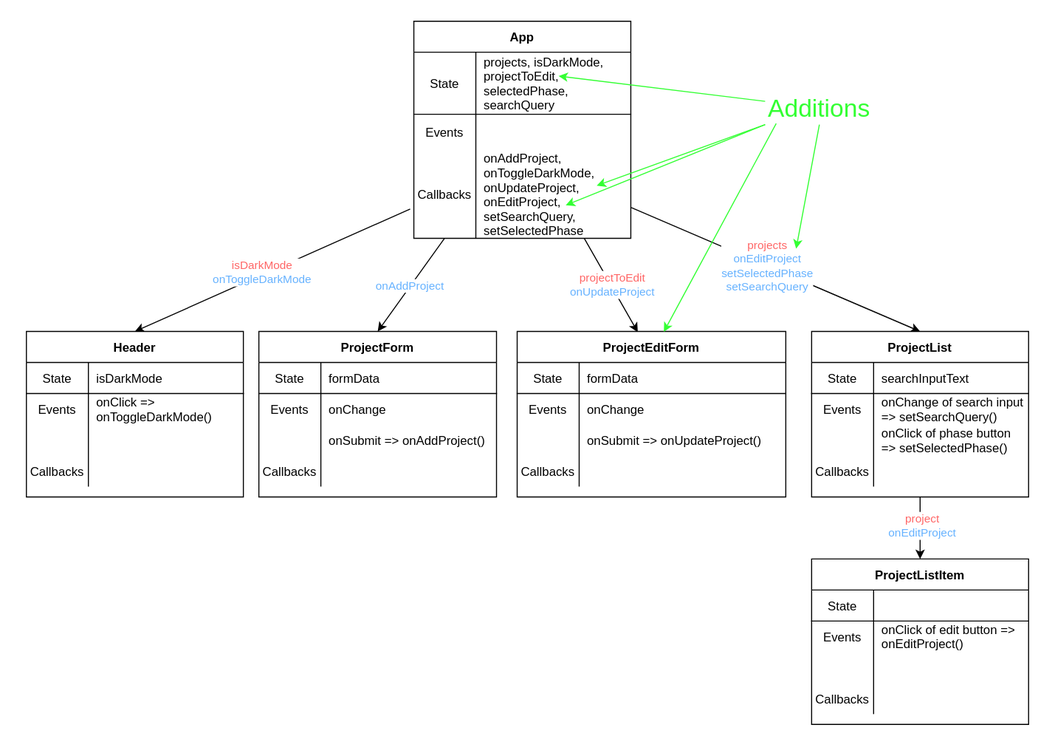
The draw.io diagram 06_PATCH_DELETE/assets/component-hierarchy-with-data-flow.drawio.svg in learn-co-students/SENG-LIVE-082922-phase-2-react, before a commit. Source tidied: cells renumbered, new cells last; positions are measured from the earlier drawing's top-left corner, leaving out a move shared by most shapes.
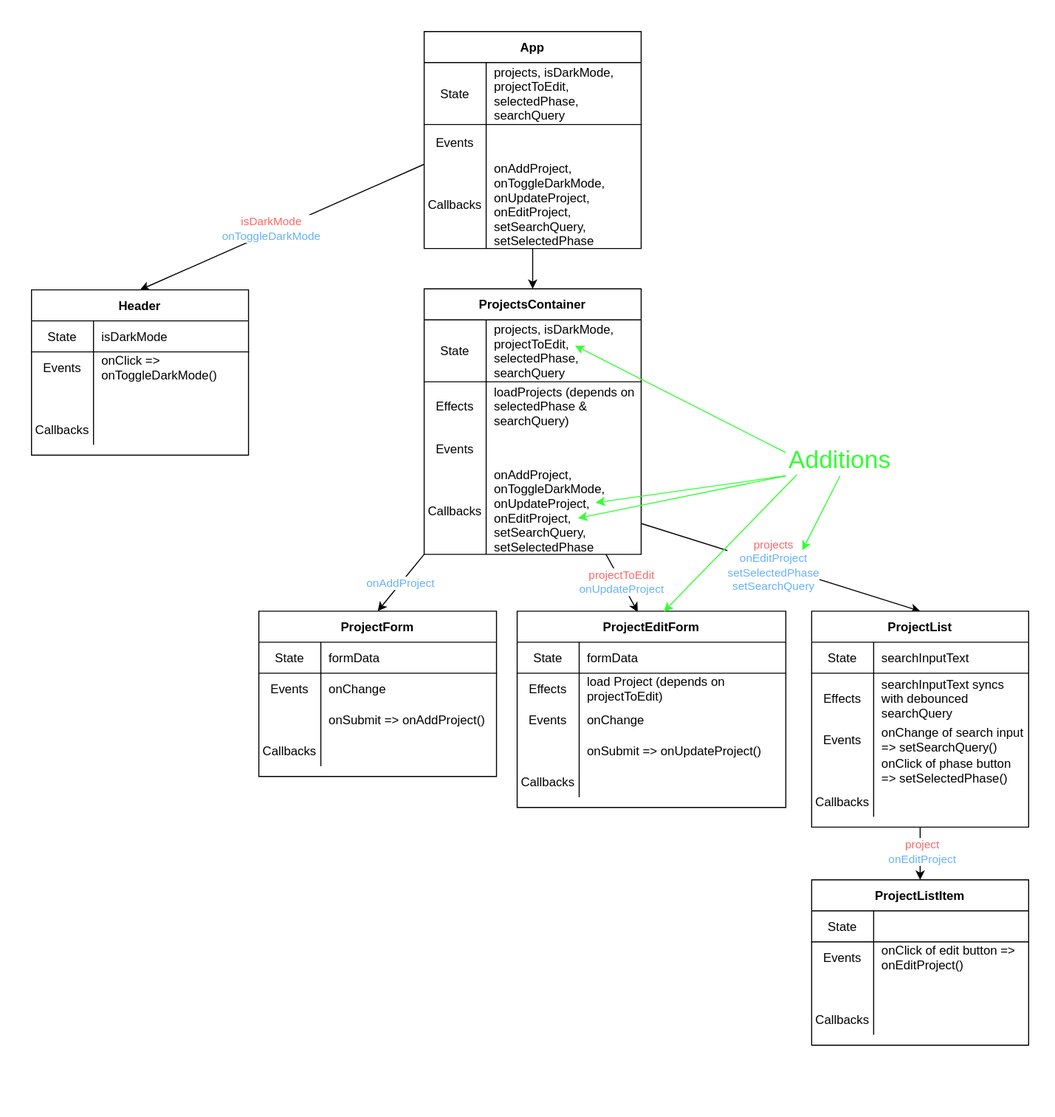
Later version of the same file.

The edit, as a diff of the source:
```diff
@@ -3,9 +3,9 @@
     <mxCell id="0" />
     <mxCell id="1" parent="0" />
     <mxCell id="2" style="rounded=0;whiteSpace=wrap;html=1;strokeColor=none;" parent="1" vertex="1">
-      <mxGeometry width="1020" height="730" as="geometry" />
+      <mxGeometry width="1020" height="1080" as="geometry" />
     </mxCell>
-    <mxCell id="3" style="edgeStyle=none;html=1;exitX=-0.017;exitY=0.666;exitDx=0;exitDy=0;exitPerimeter=0;entryX=0.5;entryY=0;entryDx=0;entryDy=0;" parent="1" edge="1" source="19" target="22">
+    <mxCell id="3" style="edgeStyle=none;html=1;exitX=-0.002;exitY=0.043;exitDx=0;exitDy=0;exitPerimeter=0;entryX=0.5;entryY=0;entryDx=0;entryDy=0;" parent="1" edge="1" source="113" target="22">
       <mxGeometry relative="1" as="geometry" />
     </mxCell>
     <mxCell id="4" value="&lt;font color=&quot;#ff6666&quot;&gt;isDarkMode&lt;/font&gt;&lt;br&gt;&lt;font color=&quot;#66b2ff&quot;&gt;onToggleDarkMode&lt;/font&gt;" style="edgeLabel;html=1;align=center;verticalAlign=middle;" parent="3" vertex="1">
@@ -31,8 +31,8 @@
         <mxPoint x="-3" y="-4" as="offset" />
       </mxGeometry>
     </mxCell>
-    <mxCell id="11" value="App" style="shape=table;startSize=30;rowLines=0;fontStyle=1;align=center;" parent="1" vertex="1">
-      <mxGeometry x="400" y="20" width="210" height="210" as="geometry" />
+    <mxCell id="11" value="ProjectsContainer" style="shape=table;startSize=30;rowLines=0;fontStyle=1;align=center;" parent="1" vertex="1">
+      <mxGeometry x="410" y="279" width="210" height="257" as="geometry" />
     </mxCell>
     <mxCell id="12" style="shape=partialRectangle;fillColor=none;top=0;left=0;bottom=0;right=0;" parent="11" vertex="1">
       <mxGeometry y="30" width="210" height="31" as="geometry" />
@@ -47,16 +47,25 @@
       <mxGeometry y="61" width="210" height="29" as="geometry" />
     </mxCell>
     <mxCell id="16" style="shape=partialRectangle;fillColor=none;top=0;left=0;bottom=0;right=0;" parent="11" vertex="1">
-      <mxGeometry y="90" width="210" height="35" as="geometry" />
+      <mxGeometry y="90" width="210" height="47" as="geometry" />
     </mxCell>
-    <mxCell id="17" value="Events" style="shape=partialRectangle;fillColor=none;top=0;left=0;bottom=0;right=0;overflow=hidden;" parent="16" vertex="1">
-      <mxGeometry width="60" height="35" as="geometry" />
+    <mxCell id="17" value="Effects" style="shape=partialRectangle;fillColor=none;top=0;left=0;bottom=0;right=0;overflow=hidden;" parent="16" vertex="1">
+      <mxGeometry width="60" height="47" as="geometry" />
     </mxCell>
-    <mxCell id="18" style="shape=partialRectangle;fillColor=none;top=0;left=0;bottom=0;right=0;align=left;spacingLeft=6;overflow=hidden;" parent="16" vertex="1">
-      <mxGeometry x="60" width="150" height="35" as="geometry" />
+    <mxCell id="18" value="loadProjects (depends on&#10;selectedPhase &amp; &#10;searchQuery)" style="shape=partialRectangle;fillColor=none;top=0;left=0;bottom=0;right=0;align=left;spacingLeft=6;overflow=visible;" parent="16" vertex="1">
+      <mxGeometry x="60" width="150" height="47" as="geometry" />
     </mxCell>
+    <mxCell id="95" style="shape=partialRectangle;fillColor=none;top=0;left=0;bottom=0;right=0;" parent="11" vertex="1">
+      <mxGeometry y="137" width="210" height="35" as="geometry" />
+    </mxCell>
+    <mxCell id="96" value="Events" style="shape=partialRectangle;fillColor=none;top=0;left=0;bottom=0;right=0;overflow=hidden;" parent="95" vertex="1">
+      <mxGeometry width="60" height="35" as="geometry" />
+    </mxCell>
+    <mxCell id="97" style="shape=partialRectangle;fillColor=none;top=0;left=0;bottom=0;right=0;align=left;spacingLeft=6;overflow=hidden;" parent="95" vertex="1">
+      <mxGeometry x="60" width="150" height="35" as="geometry" />
+    </mxCell>
     <mxCell id="19" style="shape=partialRectangle;fillColor=none;top=0;left=0;bottom=0;right=0;points=[[0,0.5],[1,0.5]];portConstraint=eastwest;" parent="11" vertex="1">
-      <mxGeometry y="125" width="210" height="85" as="geometry" />
+      <mxGeometry y="172" width="210" height="85" as="geometry" />
     </mxCell>
     <mxCell id="20" value="Callbacks" style="shape=partialRectangle;fillColor=none;top=0;left=0;bottom=0;right=0;overflow=hidden;rowspan=3;" parent="19" vertex="1">
       <mxGeometry width="60" height="85" as="geometry" />
@@ -65,7 +74,7 @@
       <mxGeometry x="60" width="150" height="85" as="geometry" />
     </mxCell>
     <mxCell id="22" value="Header" style="shape=table;startSize=30;rowLines=0;fontStyle=1;align=center;" parent="1" vertex="1">
-      <mxGeometry x="25" y="320" width="210" height="160" as="geometry" />
+      <mxGeometry x="30" y="280" width="210" height="160" as="geometry" />
     </mxCell>
     <mxCell id="23" style="shape=partialRectangle;fillColor=none;top=0;left=0;bottom=1;right=0;" parent="22" vertex="1">
       <mxGeometry y="30" width="210" height="30" as="geometry" />
@@ -104,7 +113,7 @@
       <mxGeometry x="60" width="150" height="30" as="geometry" />
     </mxCell>
     <mxCell id="35" value="ProjectForm" style="shape=table;startSize=30;rowLines=0;fontStyle=1;align=center;" parent="1" vertex="1">
-      <mxGeometry x="250" y="320" width="230" height="160" as="geometry" />
+      <mxGeometry x="250" y="591" width="230" height="160" as="geometry" />
     </mxCell>
     <mxCell id="36" style="shape=partialRectangle;fillColor=none;top=0;left=0;bottom=1;right=0;" parent="35" vertex="1">
       <mxGeometry y="30" width="230" height="30" as="geometry" />
@@ -149,7 +158,7 @@
       <mxGeometry x="-0.12" y="1" relative="1" as="geometry" />
     </mxCell>
     <mxCell id="50" value="ProjectList" style="shape=table;startSize=30;rowLines=0;fontStyle=1;align=center;" parent="1" vertex="1">
-      <mxGeometry x="785" y="320" width="210" height="160" as="geometry" />
+      <mxGeometry x="785" y="591" width="210" height="209" as="geometry" />
     </mxCell>
     <mxCell id="51" style="shape=partialRectangle;fillColor=none;top=0;left=0;bottom=1;right=0;" parent="50" vertex="1">
       <mxGeometry y="30" width="210" height="30" as="geometry" />
@@ -160,8 +169,17 @@
     <mxCell id="53" value="searchInputText" style="shape=partialRectangle;fillColor=none;top=0;left=0;bottom=0;right=0;align=left;spacingLeft=6;fontStyle=0;overflow=hidden;" parent="51" vertex="1">
       <mxGeometry x="60" width="150" height="30" as="geometry" />
     </mxCell>
+    <mxCell id="98" style="shape=partialRectangle;fillColor=none;top=0;left=0;bottom=0;right=0;" parent="50" vertex="1">
+      <mxGeometry y="60" width="210" height="49" as="geometry" />
+    </mxCell>
+    <mxCell id="99" value="Effects" style="shape=partialRectangle;fillColor=none;top=0;left=0;bottom=0;right=0;overflow=hidden;" parent="98" vertex="1">
+      <mxGeometry width="60" height="49" as="geometry" />
+    </mxCell>
+    <mxCell id="100" value="searchInputText syncs &#10;with debounced &#10;searchQuery" style="shape=partialRectangle;fillColor=none;top=0;left=0;bottom=0;right=0;align=left;spacingLeft=6;overflow=hidden;" parent="98" vertex="1">
+      <mxGeometry x="60" width="150" height="49" as="geometry" />
+    </mxCell>
     <mxCell id="54" style="shape=partialRectangle;fillColor=none;top=0;left=0;bottom=0;right=0;" parent="50" vertex="1">
-      <mxGeometry y="60" width="210" height="30" as="geometry" />
+      <mxGeometry y="109" width="210" height="30" as="geometry" />
     </mxCell>
     <mxCell id="55" value="Events" style="shape=partialRectangle;fillColor=none;top=0;left=0;bottom=0;right=0;overflow=hidden;" parent="54" vertex="1">
       <mxGeometry width="60" height="30" as="geometry" />
@@ -170,7 +188,7 @@
       <mxGeometry x="60" width="150" height="30" as="geometry" />
     </mxCell>
     <mxCell id="57" style="shape=partialRectangle;fillColor=none;top=0;left=0;bottom=0;right=0;" parent="50" vertex="1">
-      <mxGeometry y="90" width="210" height="30" as="geometry" />
+      <mxGeometry y="139" width="210" height="30" as="geometry" />
     </mxCell>
     <mxCell id="58" style="shape=partialRectangle;fillColor=none;top=0;left=0;bottom=0;right=0;overflow=hidden;" parent="57" vertex="1">
       <mxGeometry width="60" height="30" as="geometry" />
@@ -179,7 +197,7 @@
       <mxGeometry x="60" width="150" height="30" as="geometry" />
     </mxCell>
     <mxCell id="60" style="shape=partialRectangle;fillColor=none;top=0;left=0;bottom=0;right=0;" parent="50" vertex="1">
-      <mxGeometry y="120" width="210" height="30" as="geometry" />
+      <mxGeometry y="169" width="210" height="30" as="geometry" />
     </mxCell>
     <mxCell id="61" value="Callbacks" style="shape=partialRectangle;fillColor=none;top=0;left=0;bottom=0;right=0;overflow=hidden;" parent="60" vertex="1">
       <mxGeometry width="60" height="30" as="geometry" />
@@ -188,7 +206,7 @@
       <mxGeometry x="60" width="150" height="30" as="geometry" />
     </mxCell>
     <mxCell id="63" value="ProjectListItem" style="shape=table;startSize=30;rowLines=0;fontStyle=1;align=center;" parent="1" vertex="1">
-      <mxGeometry x="785" y="540" width="210" height="160" as="geometry" />
+      <mxGeometry x="785" y="851" width="210" height="160" as="geometry" />
     </mxCell>
     <mxCell id="64" style="shape=partialRectangle;fillColor=none;top=0;left=0;bottom=1;right=0;" parent="63" vertex="1">
       <mxGeometry y="30" width="210" height="30" as="geometry" />
@@ -227,7 +245,7 @@
       <mxGeometry x="60" width="150" height="30" as="geometry" />
     </mxCell>
     <mxCell id="76" value="ProjectEditForm" style="shape=table;startSize=30;rowLines=0;fontStyle=1;align=center;" parent="1" vertex="1">
-      <mxGeometry x="500" y="320" width="260" height="160" as="geometry" />
+      <mxGeometry x="500" y="591" width="260" height="190" as="geometry" />
     </mxCell>
     <mxCell id="77" style="shape=partialRectangle;fillColor=none;top=0;left=0;bottom=1;right=0;" parent="76" vertex="1">
       <mxGeometry y="30" width="260" height="30" as="geometry" />
@@ -238,8 +256,17 @@
     <mxCell id="79" value="formData" style="shape=partialRectangle;fillColor=none;top=0;left=0;bottom=0;right=0;align=left;spacingLeft=6;fontStyle=0;overflow=hidden;" parent="77" vertex="1">
       <mxGeometry x="60" width="200" height="30" as="geometry" />
     </mxCell>
+    <mxCell id="101" style="shape=partialRectangle;fillColor=none;top=0;left=0;bottom=0;right=0;" parent="76" vertex="1">
+      <mxGeometry y="60" width="260" height="30" as="geometry" />
+    </mxCell>
+    <mxCell id="102" value="Effects" style="shape=partialRectangle;fillColor=none;top=0;left=0;bottom=0;right=0;overflow=hidden;" parent="101" vertex="1">
+      <mxGeometry width="60" height="30" as="geometry" />
+    </mxCell>
+    <mxCell id="103" value="load Project (depends on &#10;projectToEdit)" style="shape=partialRectangle;fillColor=none;top=0;left=0;bottom=0;right=0;align=left;spacingLeft=6;overflow=hidden;" parent="101" vertex="1">
+      <mxGeometry x="60" width="200" height="30" as="geometry" />
+    </mxCell>
     <mxCell id="80" style="shape=partialRectangle;fillColor=none;top=0;left=0;bottom=0;right=0;" parent="76" vertex="1">
-      <mxGeometry y="60" width="260" height="30" as="geometry" />
+      <mxGeometry y="90" width="260" height="30" as="geometry" />
     </mxCell>
     <mxCell id="81" value="Events" style="shape=partialRectangle;fillColor=none;top=0;left=0;bottom=0;right=0;overflow=hidden;" parent="80" vertex="1">
       <mxGeometry width="60" height="30" as="geometry" />
@@ -248,7 +275,7 @@
       <mxGeometry x="60" width="200" height="30" as="geometry" />
     </mxCell>
     <mxCell id="83" style="shape=partialRectangle;fillColor=none;top=0;left=0;bottom=0;right=0;" parent="76" vertex="1">
-      <mxGeometry y="90" width="260" height="30" as="geometry" />
+      <mxGeometry y="120" width="260" height="30" as="geometry" />
     </mxCell>
     <mxCell id="84" style="shape=partialRectangle;fillColor=none;top=0;left=0;bottom=0;right=0;overflow=hidden;" parent="83" vertex="1">
       <mxGeometry width="60" height="30" as="geometry" />
@@ -257,7 +284,7 @@
       <mxGeometry x="60" width="200" height="30" as="geometry" />
     </mxCell>
     <mxCell id="86" style="shape=partialRectangle;fillColor=none;top=0;left=0;bottom=0;right=0;" parent="76" vertex="1">
-      <mxGeometry y="120" width="260" height="30" as="geometry" />
+      <mxGeometry y="150" width="260" height="30" as="geometry" />
     </mxCell>
     <mxCell id="87" value="Callbacks" style="shape=partialRectangle;fillColor=none;top=0;left=0;bottom=0;right=0;overflow=hidden;" parent="86" vertex="1">
       <mxGeometry width="60" height="30" as="geometry" />
@@ -266,21 +293,21 @@
       <mxGeometry x="60" width="200" height="30" as="geometry" />
     </mxCell>
     <mxCell id="89" value="&lt;font style=&quot;font-size: 24px;&quot;&gt;Additions&lt;/font&gt;" style="text;html=1;strokeColor=none;fillColor=none;align=center;verticalAlign=middle;whiteSpace=wrap;rounded=0;fontColor=#33FF33;fontSize=24;" parent="1" vertex="1">
-      <mxGeometry x="740" y="90" width="105" height="30" as="geometry" />
+      <mxGeometry x="760" y="430" width="105" height="30" as="geometry" />
     </mxCell>
     <mxCell id="90" style="endArrow=classic;html=1;fontSize=17;fontColor=#33FF33;exitX=0;exitY=0.25;exitDx=0;exitDy=0;strokeColor=#33FF33;" parent="1" edge="1" source="89">
       <mxGeometry relative="1" as="geometry">
-        <mxPoint x="540" y="73" as="targetPoint" />
+        <mxPoint x="556" y="334" as="targetPoint" />
       </mxGeometry>
     </mxCell>
     <mxCell id="91" style="endArrow=classic;html=1;fontSize=17;fontColor=#33FF33;strokeColor=#33FF33;exitX=0;exitY=1;exitDx=0;exitDy=0;" parent="1" edge="1" source="89">
       <mxGeometry relative="1" as="geometry">
-        <mxPoint x="577" y="179" as="targetPoint" />
+        <mxPoint x="576" y="486" as="targetPoint" />
       </mxGeometry>
     </mxCell>
     <mxCell id="92" style="endArrow=classic;html=1;fontSize=17;fontColor=#33FF33;strokeColor=#33FF33;exitX=0;exitY=1;exitDx=0;exitDy=0;" parent="1" edge="1" source="89">
       <mxGeometry relative="1" as="geometry">
-        <mxPoint x="547" y="198" as="targetPoint" />
+        <mxPoint x="559" y="501" as="targetPoint" />
       </mxGeometry>
     </mxCell>
     <mxCell id="93" style="endArrow=classic;html=1;fontSize=24;fontColor=#33FF33;strokeColor=#33FF33;exitX=0.102;exitY=0.964;exitDx=0;exitDy=0;exitPerimeter=0;entryX=0.546;entryY=0.002;entryDx=0;entryDy=0;entryPerimeter=0;" parent="1" edge="1" source="89" target="76">
@@ -288,8 +315,44 @@
     </mxCell>
     <mxCell id="94" style="endArrow=classic;html=1;fontSize=24;fontColor=#33FF33;strokeColor=#33FF33;exitX=0.5;exitY=1;exitDx=0;exitDy=0;" parent="1" edge="1" source="89">
       <mxGeometry relative="1" as="geometry">
-        <mxPoint x="770" y="240" as="targetPoint" />
+        <mxPoint x="776" y="532" as="targetPoint" />
       </mxGeometry>
     </mxCell>
+    <mxCell id="104" style="edgeStyle=none;html=1;entryX=0.5;entryY=0;entryDx=0;entryDy=0;" parent="1" edge="1" source="105" target="11">
+      <mxGeometry relative="1" as="geometry" />
+    </mxCell>
+    <mxCell id="105" value="App" style="shape=table;startSize=30;rowLines=0;fontStyle=1;align=center;" parent="1" vertex="1">
+      <mxGeometry x="410" y="30" width="210" height="210" as="geometry" />
+    </mxCell>
+    <mxCell id="106" style="shape=partialRectangle;fillColor=none;top=0;left=0;bottom=0;right=0;" parent="105" vertex="1">
+      <mxGeometry y="30" width="210" height="31" as="geometry" />
+    </mxCell>
+    <mxCell id="107" value="State" style="shape=partialRectangle;fillColor=none;top=0;left=0;bottom=1;right=0;fontStyle=0;overflow=hidden;colspan=1;rowspan=2;" parent="106" vertex="1">
+      <mxGeometry width="60" height="60" as="geometry" />
+    </mxCell>
+    <mxCell id="108" value="projects, isDarkMode, &#10;projectToEdit,&#10;selectedPhase, &#10;searchQuery" style="shape=partialRectangle;fillColor=none;top=0;left=0;bottom=1;right=0;align=left;spacingLeft=6;fontStyle=0;overflow=visible;strokeColor=default;rowspan=2;" parent="106" vertex="1">
+      <mxGeometry x="60" width="150" height="60" as="geometry" />
+    </mxCell>
+    <mxCell id="109" style="shape=partialRectangle;fillColor=none;top=0;left=0;bottom=0;right=0;" parent="105" vertex="1">
+      <mxGeometry y="61" width="210" height="29" as="geometry" />
+    </mxCell>
+    <mxCell id="110" style="shape=partialRectangle;fillColor=none;top=0;left=0;bottom=0;right=0;" parent="105" vertex="1">
+      <mxGeometry y="90" width="210" height="35" as="geometry" />
+    </mxCell>
+    <mxCell id="111" value="Events" style="shape=partialRectangle;fillColor=none;top=0;left=0;bottom=0;right=0;overflow=hidden;" parent="110" vertex="1">
+      <mxGeometry width="60" height="35" as="geometry" />
+    </mxCell>
+    <mxCell id="112" style="shape=partialRectangle;fillColor=none;top=0;left=0;bottom=0;right=0;align=left;spacingLeft=6;overflow=hidden;" parent="110" vertex="1">
+      <mxGeometry x="60" width="150" height="35" as="geometry" />
+    </mxCell>
+    <mxCell id="113" style="shape=partialRectangle;fillColor=none;top=0;left=0;bottom=0;right=0;points=[[0,0.5],[1,0.5]];portConstraint=eastwest;" parent="105" vertex="1">
+      <mxGeometry y="125" width="210" height="85" as="geometry" />
+    </mxCell>
+    <mxCell id="114" value="Callbacks" style="shape=partialRectangle;fillColor=none;top=0;left=0;bottom=0;right=0;overflow=hidden;rowspan=3;" parent="113" vertex="1">
+      <mxGeometry width="60" height="85" as="geometry" />
+    </mxCell>
+    <mxCell id="115" value="onAddProject, &#10;onToggleDarkMode,&#10;onUpdateProject,&#10;onEditProject,&#10;setSearchQuery,&#10;setSelectedPhase" style="shape=partialRectangle;fillColor=none;top=0;left=0;bottom=0;right=0;align=left;spacingLeft=6;overflow=visible;rowspan=2;" parent="113" vertex="1">
+      <mxGeometry x="60" width="150" height="85" as="geometry" />
+    </mxCell>
   </root>
 </mxGraphModel>
```
